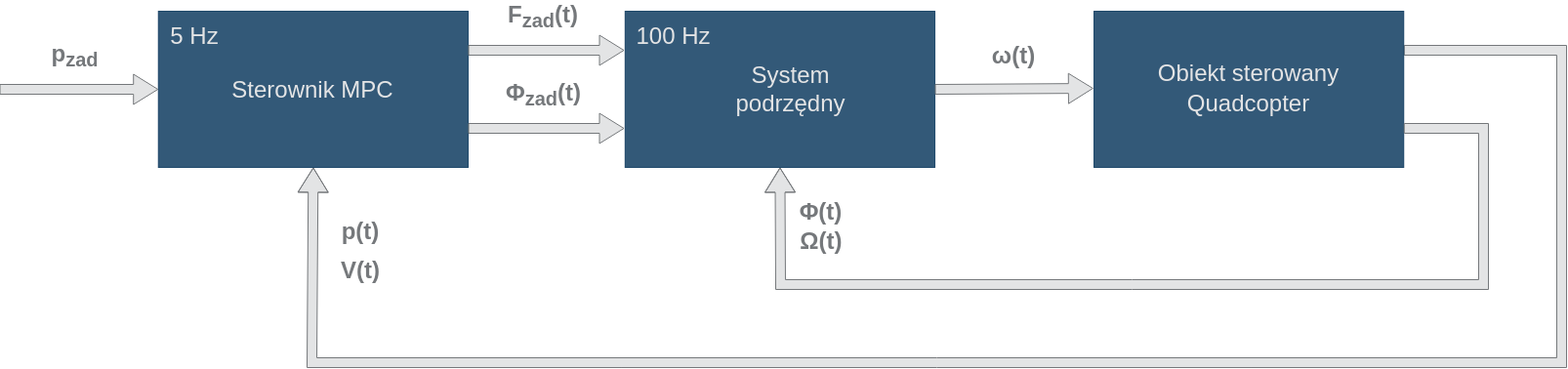
The draw.io diagram images/struktury_sterowania.drawio.png in froxec/AdaptiveDroneLegacy, before a commit. Source tidied: cells renumbered, new cells last; positions are measured from the earlier drawing's top-left corner, leaving out a move shared by most shapes. Source of this version:
```xml
<mxGraphModel>
  <root>
    <mxCell id="0" />
    <mxCell id="1" parent="0" />
    <mxCell id="2" style="rounded=0;whiteSpace=wrap;html=1;fontSize=16;fillColor=#003057;strokeColor=#003057;opacity=80;" parent="1" vertex="1">
      <mxGeometry x="162.7" y="10" width="317.3" height="160" as="geometry" />
    </mxCell>
    <mxCell id="3" style="shape=flexArrow;endArrow=classic;html=1;rounded=0;fontSize=12;startSize=8;endSize=8;curved=1;entryX=0;entryY=0.5;entryDx=0;entryDy=0;strokeColor=#75787B;fillColor=#E3E4E5;" parent="1" edge="1" target="2">
      <mxGeometry relative="1" as="geometry">
        <mxPoint y="90" as="sourcePoint" />
      </mxGeometry>
    </mxCell>
    <mxCell id="4" value="&lt;font color=&quot;#75787b&quot;&gt;p&lt;sub&gt;zad&lt;/sub&gt;&lt;/font&gt;" style="text;html=1;strokeColor=none;fillColor=none;align=center;verticalAlign=middle;whiteSpace=wrap;rounded=0;fontSize=24;fontFamily=Arial;fontStyle=1;labelBackgroundColor=none;labelBorderColor=none;" parent="1" vertex="1">
      <mxGeometry x="40" y="40" width="74.5" height="30" as="geometry" />
    </mxCell>
    <mxCell id="5" value="&lt;div&gt;&lt;font color=&quot;#e3e4e5&quot;&gt;Sterownik MPC&lt;/font&gt;&lt;/div&gt;" style="text;html=1;strokeColor=none;fillColor=none;align=center;verticalAlign=middle;whiteSpace=wrap;rounded=0;fontSize=24;fontFamily=Arial;fontColor=default;" parent="1" vertex="1">
      <mxGeometry x="227.4" y="75" width="188" height="30" as="geometry" />
    </mxCell>
    <mxCell id="6" style="shape=flexArrow;endArrow=classic;html=1;rounded=0;fontFamily=Arial;fontSize=24;fontColor=default;startSize=8;endSize=8;curved=1;entryX=0.5;entryY=1;entryDx=0;entryDy=0;strokeColor=#75787B;fillColor=#E3E4E5;exitX=1;exitY=0.25;exitDx=0;exitDy=0;" parent="1" edge="1" source="16" target="2">
      <mxGeometry relative="1" as="geometry">
        <Array as="points">
          <mxPoint x="1600" y="50" />
          <mxPoint x="1600" y="370" />
          <mxPoint x="320" y="370" />
        </Array>
      </mxGeometry>
    </mxCell>
    <mxCell id="7" value="p(t)" style="text;html=1;strokeColor=none;fillColor=none;align=center;verticalAlign=middle;whiteSpace=wrap;rounded=0;fontSize=24;fontFamily=Arial;fontColor=#75787B;fontStyle=1;" parent="1" vertex="1">
      <mxGeometry x="340" y="220" width="60" height="30" as="geometry" />
    </mxCell>
    <mxCell id="8" style="shape=flexArrow;endArrow=classic;html=1;rounded=0;labelBackgroundColor=default;strokeColor=#75787B;fontFamily=Arial;fontSize=24;fontColor=#75787B;startSize=8;endSize=8;curved=1;exitX=1;exitY=0.25;exitDx=0;exitDy=0;fillColor=#E3E4E5;" parent="1" edge="1" source="2">
      <mxGeometry relative="1" as="geometry">
        <mxPoint x="640" y="50" as="targetPoint" />
      </mxGeometry>
    </mxCell>
    <mxCell id="9" value="F&lt;sub&gt;zad&lt;/sub&gt;(t)" style="text;html=1;strokeColor=none;fillColor=none;align=center;verticalAlign=middle;whiteSpace=wrap;rounded=0;fontSize=24;fontFamily=Arial;fontColor=#75787B;fontStyle=1;" parent="1" vertex="1">
      <mxGeometry x="527" width="60" height="30" as="geometry" />
    </mxCell>
    <mxCell id="10" style="shape=flexArrow;endArrow=classic;html=1;rounded=0;labelBackgroundColor=default;strokeColor=#75787B;fontFamily=Arial;fontSize=24;fontColor=#75787B;startSize=8;endSize=8;curved=1;exitX=1;exitY=0.75;exitDx=0;exitDy=0;fillColor=#E3E4E5;" parent="1" edge="1" source="2">
      <mxGeometry relative="1" as="geometry">
        <mxPoint x="640" y="130" as="targetPoint" />
      </mxGeometry>
    </mxCell>
    <mxCell id="11" value="V(t)" style="text;html=1;strokeColor=none;fillColor=none;align=center;verticalAlign=middle;whiteSpace=wrap;rounded=0;fontSize=24;fontFamily=Arial;fontColor=#75787B;fontStyle=1;" parent="1" vertex="1">
      <mxGeometry x="340" y="260" width="60" height="30" as="geometry" />
    </mxCell>
    <mxCell id="12" value="&lt;b&gt;Φ&lt;sub&gt;zad&lt;/sub&gt;(t)&lt;/b&gt;" style="text;html=1;strokeColor=none;fillColor=none;align=center;verticalAlign=middle;whiteSpace=wrap;rounded=0;fontSize=24;fontFamily=Arial;fontColor=#75787B;" parent="1" vertex="1">
      <mxGeometry x="489.5" y="80" width="135" height="30" as="geometry" />
    </mxCell>
    <mxCell id="13" style="rounded=0;whiteSpace=wrap;html=1;fontSize=16;fillColor=#003057;strokeColor=#003057;opacity=80;" parent="1" vertex="1">
      <mxGeometry x="640.8" y="10" width="317.3" height="160" as="geometry" />
    </mxCell>
    <mxCell id="14" value="&lt;font color=&quot;#e3e4e5&quot;&gt;System podrzędny&lt;/font&gt;" style="text;html=1;strokeColor=none;fillColor=none;align=center;verticalAlign=middle;whiteSpace=wrap;rounded=0;fontSize=24;fontFamily=Arial;fontColor=default;" parent="1" vertex="1">
      <mxGeometry x="710.9" y="75" width="199.5" height="30" as="geometry" />
    </mxCell>
    <mxCell id="15" style="shape=flexArrow;endArrow=classic;html=1;rounded=0;labelBackgroundColor=default;strokeColor=#75787B;fontFamily=Arial;fontSize=24;fontColor=#75787B;startSize=8;endSize=8;curved=1;exitX=1;exitY=0.5;exitDx=0;exitDy=0;fillColor=#E3E4E5;" parent="1" edge="1" source="13">
      <mxGeometry relative="1" as="geometry">
        <mxPoint x="1120.4" y="89" as="targetPoint" />
      </mxGeometry>
    </mxCell>
    <mxCell id="16" value="&lt;div style=&quot;font-size: 24px;&quot;&gt;&lt;font style=&quot;font-size: 24px;&quot; color=&quot;#e3e4e5&quot; face=&quot;Arial&quot;&gt;Obiekt sterowany&lt;/font&gt;&lt;/div&gt;&lt;div style=&quot;font-size: 24px;&quot;&gt;&lt;font style=&quot;font-size: 24px;&quot; color=&quot;#e3e4e5&quot; face=&quot;Arial&quot;&gt;Quadcopter&lt;br&gt;&lt;/font&gt;&lt;/div&gt;" style="rounded=0;whiteSpace=wrap;html=1;fontSize=16;fillColor=#003057;strokeColor=#003057;opacity=80;" parent="1" vertex="1">
      <mxGeometry x="1121" y="10" width="317.3" height="160" as="geometry" />
    </mxCell>
    <mxCell id="17" value="ω(t)" style="text;html=1;strokeColor=none;fillColor=none;align=center;verticalAlign=middle;whiteSpace=wrap;rounded=0;fontSize=24;fontFamily=Arial;fontColor=#75787B;fontStyle=1;" parent="1" vertex="1">
      <mxGeometry x="1008.7" y="40" width="60" height="30" as="geometry" />
    </mxCell>
    <mxCell id="18" style="shape=flexArrow;endArrow=classic;html=1;rounded=0;fontFamily=Arial;fontSize=24;fontColor=default;startSize=8;endSize=8;curved=1;entryX=0.5;entryY=1;entryDx=0;entryDy=0;strokeColor=#75787B;fillColor=#E3E4E5;exitX=1;exitY=0.75;exitDx=0;exitDy=0;" parent="1" edge="1" source="16" target="13">
      <mxGeometry relative="1" as="geometry">
        <Array as="points">
          <mxPoint x="1520" y="130" />
          <mxPoint x="1520" y="290" />
          <mxPoint x="800" y="290" />
        </Array>
      </mxGeometry>
    </mxCell>
    <mxCell id="19" value="&lt;b&gt;Φ(t)&lt;/b&gt;" style="text;html=1;strokeColor=none;fillColor=none;align=center;verticalAlign=middle;whiteSpace=wrap;rounded=0;fontSize=24;fontFamily=Arial;fontColor=#75787B;" parent="1" vertex="1">
      <mxGeometry x="807" y="200" width="69" height="30" as="geometry" />
    </mxCell>
    <mxCell id="20" value="&lt;b&gt;Ω(t)&lt;/b&gt;" style="text;html=1;strokeColor=none;fillColor=none;align=center;verticalAlign=middle;whiteSpace=wrap;rounded=0;fontSize=24;fontFamily=Arial;fontColor=#75787B;" parent="1" vertex="1">
      <mxGeometry x="811.5" y="230" width="60" height="30" as="geometry" />
    </mxCell>
    <mxCell id="21" value="5 Hz" style="text;html=1;strokeColor=none;fillColor=none;align=center;verticalAlign=middle;whiteSpace=wrap;rounded=0;fontSize=24;fontFamily=Arial;fontColor=#E3E4E5;" parent="1" vertex="1">
      <mxGeometry x="170" y="20" width="60" height="30" as="geometry" />
    </mxCell>
    <mxCell id="22" value="100 Hz" style="text;html=1;strokeColor=none;fillColor=none;align=center;verticalAlign=middle;whiteSpace=wrap;rounded=0;fontSize=24;fontFamily=Arial;fontColor=#E3E4E5;" parent="1" vertex="1">
      <mxGeometry x="650.9" y="20" width="79.1" height="30" as="geometry" />
    </mxCell>
  </root>
</mxGraphModel>
```
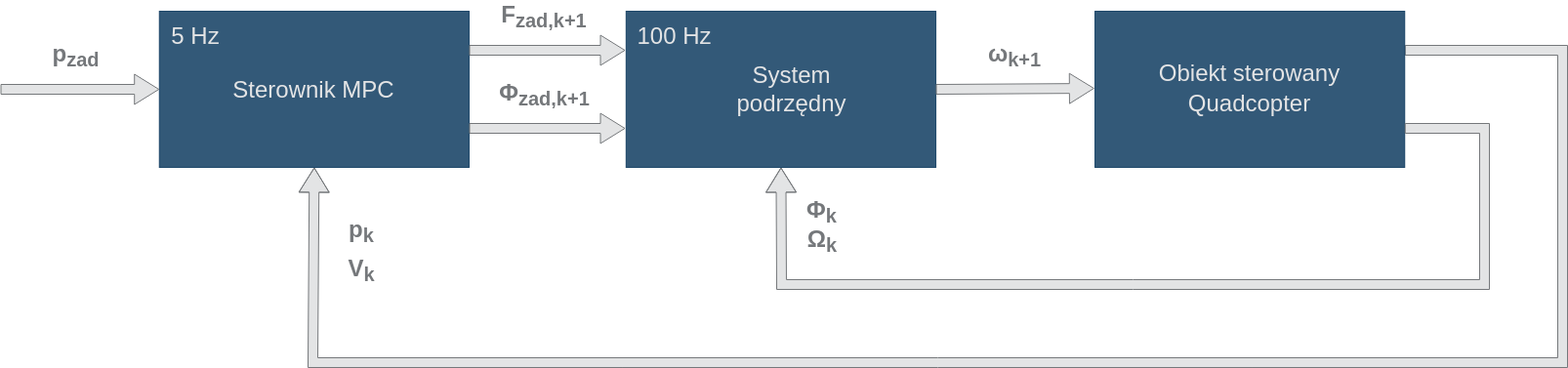
After the change.

The edit, as a diff of the source:
```diff
@@ -25,7 +25,7 @@
         </Array>
       </mxGeometry>
     </mxCell>
-    <mxCell id="7" value="p(t)" style="text;html=1;strokeColor=none;fillColor=none;align=center;verticalAlign=middle;whiteSpace=wrap;rounded=0;fontSize=24;fontFamily=Arial;fontColor=#75787B;fontStyle=1;" parent="1" vertex="1">
+    <mxCell id="7" value="p&lt;sub&gt;k&lt;/sub&gt;" style="text;html=1;strokeColor=none;fillColor=none;align=center;verticalAlign=middle;whiteSpace=wrap;rounded=0;fontSize=24;fontFamily=Arial;fontColor=#75787B;fontStyle=1;" parent="1" vertex="1">
       <mxGeometry x="340" y="220" width="60" height="30" as="geometry" />
     </mxCell>
     <mxCell id="8" style="shape=flexArrow;endArrow=classic;html=1;rounded=0;labelBackgroundColor=default;strokeColor=#75787B;fontFamily=Arial;fontSize=24;fontColor=#75787B;startSize=8;endSize=8;curved=1;exitX=1;exitY=0.25;exitDx=0;exitDy=0;fillColor=#E3E4E5;" parent="1" edge="1" source="2">
@@ -33,7 +33,7 @@
         <mxPoint x="640" y="50" as="targetPoint" />
       </mxGeometry>
     </mxCell>
-    <mxCell id="9" value="F&lt;sub&gt;zad&lt;/sub&gt;(t)" style="text;html=1;strokeColor=none;fillColor=none;align=center;verticalAlign=middle;whiteSpace=wrap;rounded=0;fontSize=24;fontFamily=Arial;fontColor=#75787B;fontStyle=1;" parent="1" vertex="1">
+    <mxCell id="9" value="F&lt;sub&gt;zad,k+1&lt;br&gt;&lt;/sub&gt;" style="text;html=1;strokeColor=none;fillColor=none;align=center;verticalAlign=middle;whiteSpace=wrap;rounded=0;fontSize=24;fontFamily=Arial;fontColor=#75787B;fontStyle=1;" parent="1" vertex="1">
       <mxGeometry x="527" width="60" height="30" as="geometry" />
     </mxCell>
     <mxCell id="10" style="shape=flexArrow;endArrow=classic;html=1;rounded=0;labelBackgroundColor=default;strokeColor=#75787B;fontFamily=Arial;fontSize=24;fontColor=#75787B;startSize=8;endSize=8;curved=1;exitX=1;exitY=0.75;exitDx=0;exitDy=0;fillColor=#E3E4E5;" parent="1" edge="1" source="2">
@@ -41,10 +41,10 @@
         <mxPoint x="640" y="130" as="targetPoint" />
       </mxGeometry>
     </mxCell>
-    <mxCell id="11" value="V(t)" style="text;html=1;strokeColor=none;fillColor=none;align=center;verticalAlign=middle;whiteSpace=wrap;rounded=0;fontSize=24;fontFamily=Arial;fontColor=#75787B;fontStyle=1;" parent="1" vertex="1">
+    <mxCell id="11" value="V&lt;sub&gt;k&lt;/sub&gt;" style="text;html=1;strokeColor=none;fillColor=none;align=center;verticalAlign=middle;whiteSpace=wrap;rounded=0;fontSize=24;fontFamily=Arial;fontColor=#75787B;fontStyle=1;" parent="1" vertex="1">
       <mxGeometry x="340" y="260" width="60" height="30" as="geometry" />
     </mxCell>
-    <mxCell id="12" value="&lt;b&gt;Φ&lt;sub&gt;zad&lt;/sub&gt;(t)&lt;/b&gt;" style="text;html=1;strokeColor=none;fillColor=none;align=center;verticalAlign=middle;whiteSpace=wrap;rounded=0;fontSize=24;fontFamily=Arial;fontColor=#75787B;" parent="1" vertex="1">
+    <mxCell id="12" value="&lt;b&gt;Φ&lt;sub&gt;zad,k+1&lt;/sub&gt;&lt;/b&gt;" style="text;html=1;strokeColor=none;fillColor=none;align=center;verticalAlign=middle;whiteSpace=wrap;rounded=0;fontSize=24;fontFamily=Arial;fontColor=#75787B;" parent="1" vertex="1">
       <mxGeometry x="489.5" y="80" width="135" height="30" as="geometry" />
     </mxCell>
     <mxCell id="13" style="rounded=0;whiteSpace=wrap;html=1;fontSize=16;fillColor=#003057;strokeColor=#003057;opacity=80;" parent="1" vertex="1">
@@ -61,7 +61,7 @@
     <mxCell id="16" value="&lt;div style=&quot;font-size: 24px;&quot;&gt;&lt;font style=&quot;font-size: 24px;&quot; color=&quot;#e3e4e5&quot; face=&quot;Arial&quot;&gt;Obiekt sterowany&lt;/font&gt;&lt;/div&gt;&lt;div style=&quot;font-size: 24px;&quot;&gt;&lt;font style=&quot;font-size: 24px;&quot; color=&quot;#e3e4e5&quot; face=&quot;Arial&quot;&gt;Quadcopter&lt;br&gt;&lt;/font&gt;&lt;/div&gt;" style="rounded=0;whiteSpace=wrap;html=1;fontSize=16;fillColor=#003057;strokeColor=#003057;opacity=80;" parent="1" vertex="1">
       <mxGeometry x="1121" y="10" width="317.3" height="160" as="geometry" />
     </mxCell>
-    <mxCell id="17" value="ω(t)" style="text;html=1;strokeColor=none;fillColor=none;align=center;verticalAlign=middle;whiteSpace=wrap;rounded=0;fontSize=24;fontFamily=Arial;fontColor=#75787B;fontStyle=1;" parent="1" vertex="1">
+    <mxCell id="17" value="ω&lt;sub&gt;k+1&lt;/sub&gt;" style="text;html=1;strokeColor=none;fillColor=none;align=center;verticalAlign=middle;whiteSpace=wrap;rounded=0;fontSize=24;fontFamily=Arial;fontColor=#75787B;fontStyle=1;" parent="1" vertex="1">
       <mxGeometry x="1008.7" y="40" width="60" height="30" as="geometry" />
     </mxCell>
     <mxCell id="18" style="shape=flexArrow;endArrow=classic;html=1;rounded=0;fontFamily=Arial;fontSize=24;fontColor=default;startSize=8;endSize=8;curved=1;entryX=0.5;entryY=1;entryDx=0;entryDy=0;strokeColor=#75787B;fillColor=#E3E4E5;exitX=1;exitY=0.75;exitDx=0;exitDy=0;" parent="1" edge="1" source="16" target="13">
@@ -73,10 +73,10 @@
         </Array>
       </mxGeometry>
     </mxCell>
-    <mxCell id="19" value="&lt;b&gt;Φ(t)&lt;/b&gt;" style="text;html=1;strokeColor=none;fillColor=none;align=center;verticalAlign=middle;whiteSpace=wrap;rounded=0;fontSize=24;fontFamily=Arial;fontColor=#75787B;" parent="1" vertex="1">
+    <mxCell id="19" value="&lt;b&gt;Φ&lt;sub&gt;k&lt;/sub&gt;&lt;/b&gt;" style="text;html=1;strokeColor=none;fillColor=none;align=center;verticalAlign=middle;whiteSpace=wrap;rounded=0;fontSize=24;fontFamily=Arial;fontColor=#75787B;" parent="1" vertex="1">
       <mxGeometry x="807" y="200" width="69" height="30" as="geometry" />
     </mxCell>
-    <mxCell id="20" value="&lt;b&gt;Ω(t)&lt;/b&gt;" style="text;html=1;strokeColor=none;fillColor=none;align=center;verticalAlign=middle;whiteSpace=wrap;rounded=0;fontSize=24;fontFamily=Arial;fontColor=#75787B;" parent="1" vertex="1">
+    <mxCell id="20" value="&lt;b&gt;Ω&lt;sub&gt;k&lt;/sub&gt;&lt;/b&gt;" style="text;html=1;strokeColor=none;fillColor=none;align=center;verticalAlign=middle;whiteSpace=wrap;rounded=0;fontSize=24;fontFamily=Arial;fontColor=#75787B;" parent="1" vertex="1">
       <mxGeometry x="811.5" y="230" width="60" height="30" as="geometry" />
     </mxCell>
     <mxCell id="21" value="5 Hz" style="text;html=1;strokeColor=none;fillColor=none;align=center;verticalAlign=middle;whiteSpace=wrap;rounded=0;fontSize=24;fontFamily=Arial;fontColor=#E3E4E5;" parent="1" vertex="1">
```
